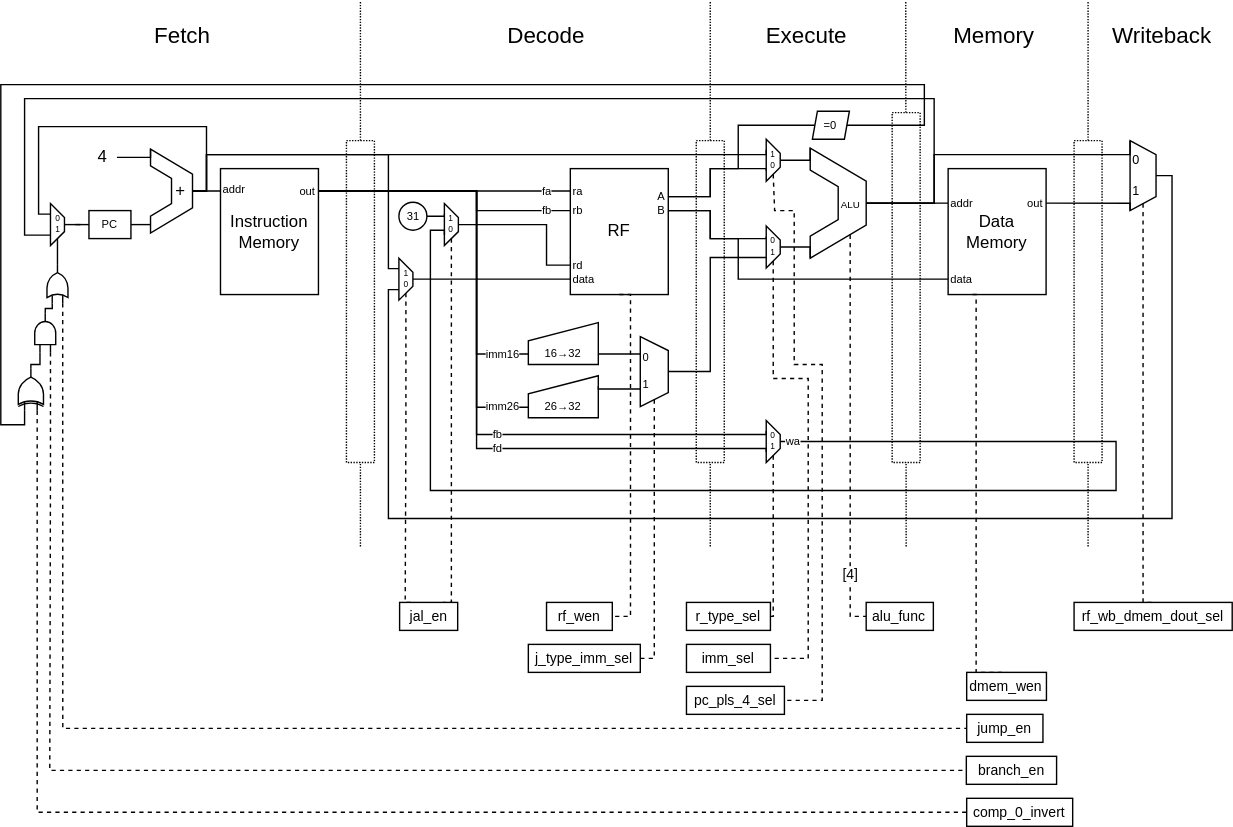
The draw.io diagram doc/datapath.svg in simoneruffini/MELA, before a commit. Source tidied: cells renumbered, new cells last; positions are measured from the earlier drawing's top-left corner, leaving out a move shared by most shapes.
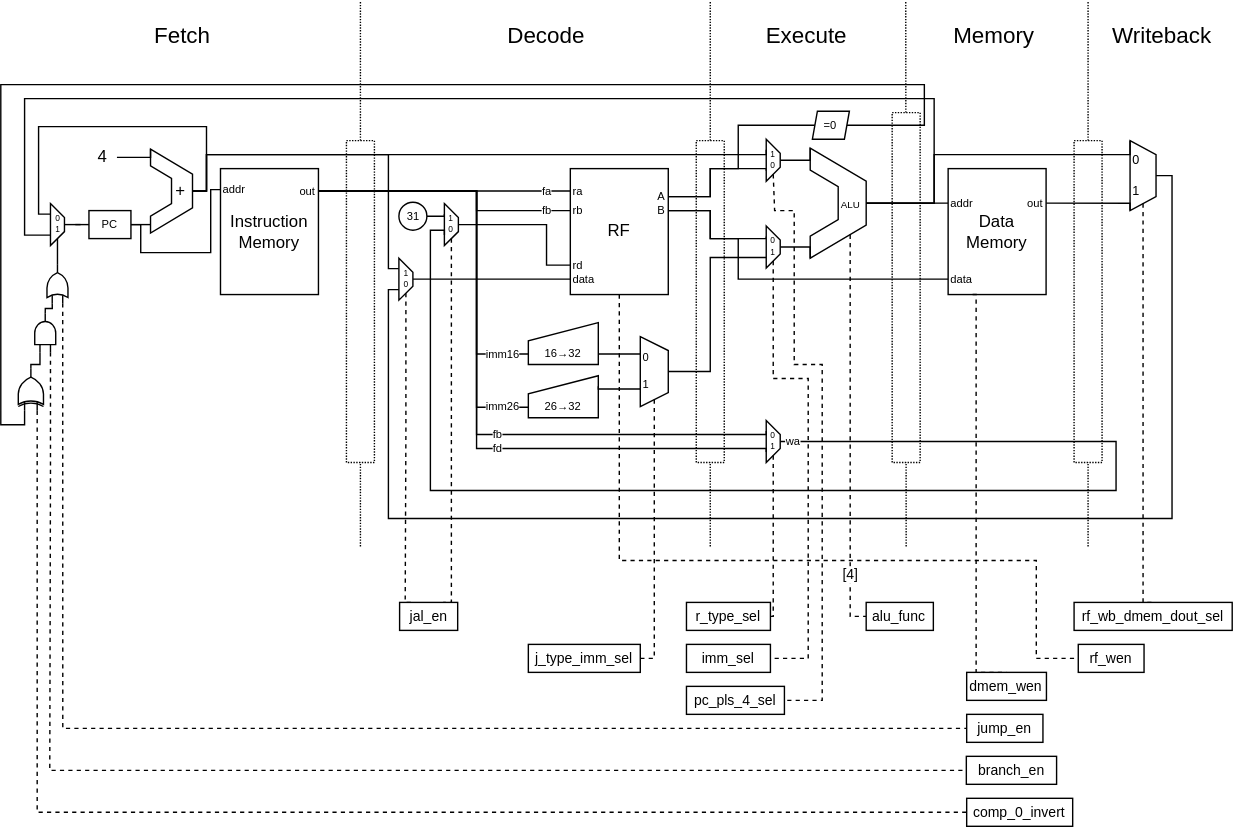
Later version of the same file.

Diff of the diagram source:
```diff
@@ -32,17 +32,19 @@
     <mxCell id="7" style="edgeStyle=orthogonalEdgeStyle;rounded=0;jettySize=auto;html=1;exitX=1;exitY=0.5;exitDx=0;exitDy=0;entryX=0;entryY=0.902;entryDx=0;entryDy=0;entryPerimeter=0;endArrow=none;endFill=0;" parent="1" edge="1" source="8" target="11">
       <mxGeometry relative="1" as="geometry" />
     </mxCell>
+    <mxCell id="114" style="edgeStyle=orthogonalEdgeStyle;rounded=0;jettySize=auto;html=1;exitX=1;exitY=0.5;exitDx=0;exitDy=0;entryX=0;entryY=0.5;entryDx=0;entryDy=0;endArrow=none;endFill=0;" parent="1" edge="1" source="8" target="25">
+      <mxGeometry relative="1" as="geometry">
+        <Array as="points">
+          <mxPoint x="100" y="160" />
+          <mxPoint x="100" y="180" />
+          <mxPoint x="150" y="180" />
+          <mxPoint x="150" y="135" />
+        </Array>
+      </mxGeometry>
+    </mxCell>
     <mxCell id="8" value="PC" style="rounded=0;whiteSpace=wrap;html=1;fontSize=8;" parent="1" vertex="1">
       <mxGeometry x="63" y="150" width="30" height="20" as="geometry" />
     </mxCell>
-    <mxCell id="9" style="edgeStyle=orthogonalEdgeStyle;rounded=0;jettySize=auto;html=1;exitX=1;exitY=0.5;exitDx=0;exitDy=0;entryX=0.003;entryY=0.243;entryDx=0;entryDy=0;endArrow=none;endFill=0;entryPerimeter=0;" parent="1" edge="1" source="11" target="17">
-      <mxGeometry relative="1" as="geometry">
-        <Array as="points">
-          <mxPoint x="157" y="136" />
-          <mxPoint x="157" y="142" />
-        </Array>
-      </mxGeometry>
-    </mxCell>
     <mxCell id="10" style="edgeStyle=orthogonalEdgeStyle;rounded=0;jettySize=auto;html=1;exitX=1;exitY=0.5;exitDx=0;exitDy=0;entryX=0.25;entryY=1;entryDx=0;entryDy=0;fontSize=8;startArrow=none;startFill=0;endArrow=none;endFill=0;" parent="1" edge="1" source="11" target="67">
       <mxGeometry relative="1" as="geometry">
         <Array as="points">
@@ -491,8 +493,9 @@
     <mxCell id="96" style="edgeStyle=orthogonalEdgeStyle;rounded=0;jettySize=auto;html=1;exitX=0.5;exitY=1;exitDx=0;exitDy=0;dashed=1;fontSize=9;startArrow=none;startFill=0;endArrow=none;endFill=0;entryX=1;entryY=0.5;entryDx=0;entryDy=0;" parent="88" edge="1" source="74" target="103">
       <mxGeometry relative="1" as="geometry">
         <Array as="points">
-          <mxPoint x="450" y="210" />
-          <mxPoint x="450" y="440" />
+          <mxPoint x="442" y="400" />
+          <mxPoint x="740" y="400" />
+          <mxPoint x="740" y="470" />
         </Array>
       </mxGeometry>
     </mxCell>
@@ -529,7 +532,7 @@
       <mxGeometry x="285" y="430" width="41.5" height="20" as="geometry" />
     </mxCell>
     <mxCell id="103" value="rf_wen" style="rounded=0;whiteSpace=wrap;html=1;shadow=0;sketch=0;fillStyle=solid;fontSize=10;strokeColor=default;fillColor=default;gradientColor=none;" parent="88" vertex="1">
-      <mxGeometry x="390" y="430" width="47" height="20" as="geometry" />
+      <mxGeometry x="770" y="460" width="47" height="20" as="geometry" />
     </mxCell>
     <mxCell id="104" value="r_type_sel" style="rounded=0;whiteSpace=wrap;html=1;shadow=0;sketch=0;fillStyle=solid;fontSize=10;strokeColor=default;fillColor=default;gradientColor=none;" parent="88" vertex="1">
       <mxGeometry x="490" y="430" width="60" height="20" as="geometry" />
```
